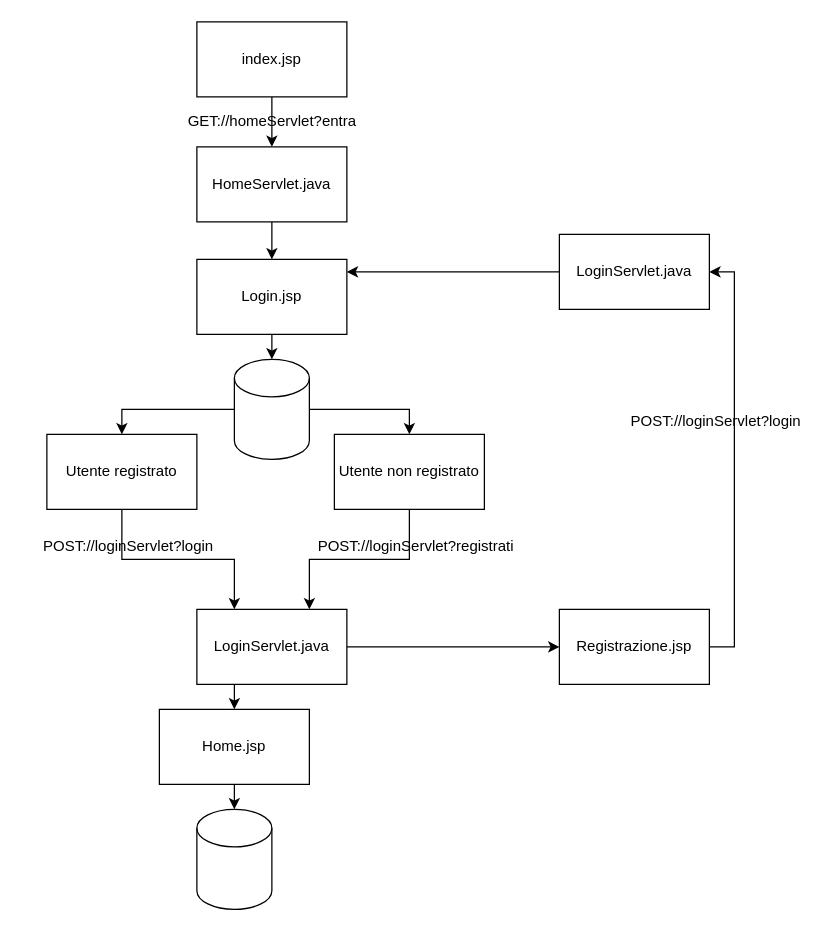
The draw.io diagram page "SEQUENZA INTERAZIONI" (3 of 3) of resources/DIAGRAMMA_UTENTI.drawio in mauromado/CatalogoSpade, before the edit. Source tidied: cells renumbered, new cells numbered last; positions are measured from the earlier drawing's top-left corner, leaving out a move shared by most shapes. Both pictures are drawn from the tidied source at 125%, with x=0, y=0 at pixel (34, 21).
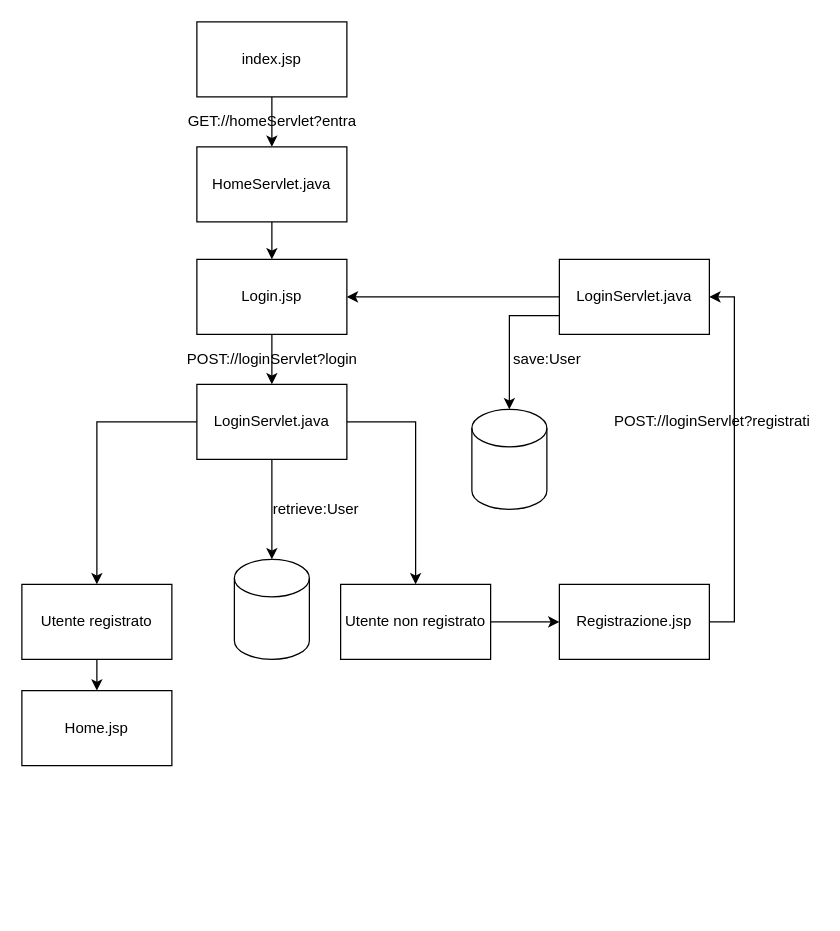
Above is the later version.

Unchanged cells that the change refers to:
```xml
<mxCell id="9" value="Login.jsp" style="rounded=0;whiteSpace=wrap;html=1;" parent="1" vertex="1">
  <mxGeometry x="130" y="190" width="120" height="60" as="geometry" />
</mxCell>
```

Change to the diagram source:
```diff
@@
-    <mxCell id="7" style="edgeStyle=orthogonalEdgeStyle;rounded=0;jettySize=auto;html=1;entryX=0;entryY=0.5;entryDx=0;entryDy=0;exitX=1;exitY=0.5;exitDx=0;exitDy=0;" parent="1" edge="1" source="13" target="11">
-      <mxGeometry relative="1" as="geometry">
-        <Array as="points">
-          <mxPoint x="420" y="500" />
-        </Array>
-      </mxGeometry>
-    </mxCell>
-    <mxCell id="8" style="edgeStyle=orthogonalEdgeStyle;rounded=0;jettySize=auto;html=1;exitX=0.5;exitY=1;exitDx=0;exitDy=0;entryX=0.5;entryY=0;entryDx=0;entryDy=0;entryPerimeter=0;" parent="1" edge="1" source="9" target="28">
-      <mxGeometry relative="1" as="geometry" />
-    </mxCell>
+    <mxCell id="29" style="edgeStyle=orthogonalEdgeStyle;rounded=0;jettySize=auto;html=1;exitX=0.5;exitY=1;exitDx=0;exitDy=0;entryX=0.5;entryY=0;entryDx=0;entryDy=0;" parent="1" edge="1" source="9" target="13">
+      <mxGeometry relative="1" as="geometry" />
+    </mxCell>
@@
     <mxCell id="11" value="Registrazione.jsp" style="rounded=0;whiteSpace=wrap;html=1;" parent="1" vertex="1">
-      <mxGeometry x="420" y="470" width="120" height="60" as="geometry" />
+      <mxGeometry x="420" y="450" width="120" height="60" as="geometry" />
     </mxCell>
-    <mxCell id="12" style="edgeStyle=orthogonalEdgeStyle;rounded=0;jettySize=auto;html=1;exitX=0.25;exitY=1;exitDx=0;exitDy=0;entryX=0.5;entryY=0;entryDx=0;entryDy=0;" parent="1" edge="1" source="13" target="18">
-      <mxGeometry relative="1" as="geometry" />
-    </mxCell>
+    <mxCell id="30" style="edgeStyle=orthogonalEdgeStyle;rounded=0;jettySize=auto;html=1;exitX=0.5;exitY=1;exitDx=0;exitDy=0;" parent="1" edge="1" source="13" target="28">
+      <mxGeometry relative="1" as="geometry" />
+    </mxCell>
     <mxCell id="13" value="LoginServlet.java" style="rounded=0;whiteSpace=wrap;html=1;" parent="1" vertex="1">
-      <mxGeometry x="130" y="470" width="120" height="60" as="geometry" />
+      <mxGeometry x="130" y="290" width="120" height="60" as="geometry" />
     </mxCell>
     <mxCell id="14" value="POST://loginServlet?registrati" style="text;html=1;align=center;verticalAlign=middle;strokeColor=none;fillColor=none;" parent="1" vertex="1">
-      <mxGeometry x="220" y="410" width="170" height="20" as="geometry" />
+      <mxGeometry x="457" y="310" width="170" height="20" as="geometry" />
     </mxCell>
-    <mxCell id="15" style="edgeStyle=orthogonalEdgeStyle;rounded=0;jettySize=auto;html=1;exitX=0;exitY=0.5;exitDx=0;exitDy=0;" parent="1" edge="1" source="16">
-      <mxGeometry relative="1" as="geometry">
-        <mxPoint x="250" y="200" as="targetPoint" />
-      </mxGeometry>
-    </mxCell>
+    <mxCell id="31" style="edgeStyle=orthogonalEdgeStyle;rounded=0;jettySize=auto;html=1;exitX=0;exitY=0.5;exitDx=0;exitDy=0;entryX=1;entryY=0.5;entryDx=0;entryDy=0;" parent="1" edge="1" source="16" target="9">
+      <mxGeometry relative="1" as="geometry" />
+    </mxCell>
+    <mxCell id="32" style="edgeStyle=orthogonalEdgeStyle;rounded=0;jettySize=auto;html=1;exitX=0;exitY=0.75;exitDx=0;exitDy=0;entryX=0.5;entryY=0;entryDx=0;entryDy=0;entryPerimeter=0;" parent="1" edge="1" source="16" target="36">
+      <mxGeometry relative="1" as="geometry" />
+    </mxCell>
     <mxCell id="16" value="LoginServlet.java" style="rounded=0;whiteSpace=wrap;html=1;" parent="1" vertex="1">
-      <mxGeometry x="420" y="170" width="120" height="60" as="geometry" />
+      <mxGeometry x="420" y="190" width="120" height="60" as="geometry" />
     </mxCell>
-    <mxCell id="17" style="edgeStyle=orthogonalEdgeStyle;rounded=0;jettySize=auto;html=1;exitX=0.5;exitY=1;exitDx=0;exitDy=0;entryX=0.5;entryY=0;entryDx=0;entryDy=0;entryPerimeter=0;" parent="1" edge="1" source="18" target="25">
-      <mxGeometry relative="1" as="geometry" />
-    </mxCell>
     <mxCell id="18" value="Home.jsp" style="rounded=0;whiteSpace=wrap;html=1;" parent="1" vertex="1">
-      <mxGeometry x="100" y="550" width="120" height="60" as="geometry" />
+      <mxGeometry x="-10" y="535" width="120" height="60" as="geometry" />
     </mxCell>
-    <mxCell id="19" value="POST://loginServlet?login" style="text;html=1;align=center;verticalAlign=middle;strokeColor=none;fillColor=none;" parent="1" vertex="1">
-      <mxGeometry x="470" y="310" width="150" height="20" as="geometry" />
-    </mxCell>
-    <mxCell id="20" style="edgeStyle=orthogonalEdgeStyle;rounded=0;jettySize=auto;html=1;exitX=0.5;exitY=1;exitDx=0;exitDy=0;entryX=0.75;entryY=0;entryDx=0;entryDy=0;" parent="1" edge="1" source="21" target="13">
-      <mxGeometry relative="1" as="geometry" />
-    </mxCell>
+    <mxCell id="33" style="edgeStyle=orthogonalEdgeStyle;rounded=0;jettySize=auto;html=1;exitX=1;exitY=0.5;exitDx=0;exitDy=0;" parent="1" edge="1" source="21" target="11">
+      <mxGeometry relative="1" as="geometry" />
+    </mxCell>
     <mxCell id="21" value="Utente non registrato" style="rounded=0;whiteSpace=wrap;html=1;" parent="1" vertex="1">
-      <mxGeometry x="240" y="330" width="120" height="60" as="geometry" />
+      <mxGeometry x="245" y="450" width="120" height="60" as="geometry" />
     </mxCell>
-    <mxCell id="22" style="edgeStyle=orthogonalEdgeStyle;rounded=0;jettySize=auto;html=1;exitX=0.5;exitY=1;exitDx=0;exitDy=0;entryX=0.25;entryY=0;entryDx=0;entryDy=0;" parent="1" edge="1" source="23" target="13">
-      <mxGeometry relative="1" as="geometry" />
-    </mxCell>
+    <mxCell id="34" style="edgeStyle=orthogonalEdgeStyle;rounded=0;jettySize=auto;html=1;exitX=0.5;exitY=1;exitDx=0;exitDy=0;entryX=0.5;entryY=0;entryDx=0;entryDy=0;" parent="1" edge="1" source="23" target="18">
+      <mxGeometry relative="1" as="geometry" />
+    </mxCell>
     <mxCell id="23" value="Utente registrato" style="rounded=0;whiteSpace=wrap;html=1;" parent="1" vertex="1">
-      <mxGeometry x="10" y="330" width="120" height="60" as="geometry" />
+      <mxGeometry x="-10" y="450" width="120" height="60" as="geometry" />
     </mxCell>
-    <mxCell id="24" value="POST://loginServlet?login" style="text;html=1;align=center;verticalAlign=middle;strokeColor=none;fillColor=none;" parent="1" vertex="1">
-      <mxGeometry y="410" width="150" height="20" as="geometry" />
-    </mxCell>
-    <mxCell id="25" style="shape=cylinder3;whiteSpace=wrap;html=1;boundedLbl=1;backgroundOutline=1;size=15;" parent="1" vertex="1">
-      <mxGeometry x="130" y="630" width="60" height="80" as="geometry" />
-    </mxCell>
-    <mxCell id="26" style="edgeStyle=orthogonalEdgeStyle;rounded=0;jettySize=auto;html=1;exitX=0;exitY=0.5;exitDx=0;exitDy=0;exitPerimeter=0;entryX=0.5;entryY=0;entryDx=0;entryDy=0;" parent="1" edge="1" source="28" target="23">
-      <mxGeometry relative="1" as="geometry" />
+    <mxCell id="26" style="edgeStyle=orthogonalEdgeStyle;rounded=0;jettySize=auto;html=1;entryX=0.5;entryY=0;entryDx=0;entryDy=0;" parent="1" edge="1" target="23">
+      <mxGeometry relative="1" as="geometry">
+        <mxPoint x="130" y="320" as="sourcePoint" />
+        <Array as="points">
+          <mxPoint x="50" y="320" />
+        </Array>
+      </mxGeometry>
     </mxCell>
-    <mxCell id="27" style="edgeStyle=orthogonalEdgeStyle;rounded=0;jettySize=auto;html=1;exitX=1;exitY=0.5;exitDx=0;exitDy=0;exitPerimeter=0;entryX=0.5;entryY=0;entryDx=0;entryDy=0;" parent="1" edge="1" source="28" target="21">
+    <mxCell id="27" style="edgeStyle=orthogonalEdgeStyle;rounded=0;jettySize=auto;html=1;exitX=1;exitY=0.5;exitDx=0;exitDy=0;entryX=0.5;entryY=0;entryDx=0;entryDy=0;" parent="1" edge="1" source="13" target="21">
       <mxGeometry relative="1" as="geometry" />
     </mxCell>
     <mxCell id="28" style="shape=cylinder3;whiteSpace=wrap;html=1;boundedLbl=1;backgroundOutline=1;size=15;" parent="1" vertex="1">
-      <mxGeometry x="160" y="270" width="60" height="80" as="geometry" />
+      <mxGeometry x="160" y="430" width="60" height="80" as="geometry" />
     </mxCell>
+    <mxCell id="35" value="POST://loginServlet?login" style="text;html=1;align=center;verticalAlign=middle;strokeColor=none;fillColor=none;" parent="1" vertex="1">
+      <mxGeometry x="115" y="260" width="150" height="20" as="geometry" />
+    </mxCell>
+    <mxCell id="36" style="shape=cylinder3;whiteSpace=wrap;html=1;boundedLbl=1;backgroundOutline=1;size=15;" parent="1" vertex="1">
+      <mxGeometry x="350" y="310" width="60" height="80" as="geometry" />
+    </mxCell>
+    <mxCell id="37" value="save:User" style="text;html=1;align=center;verticalAlign=middle;" parent="1" vertex="1">
+      <mxGeometry x="375" y="260" width="70" height="20" as="geometry" />
+    </mxCell>
+    <mxCell id="38" value="retrieve:User" style="text;html=1;align=center;verticalAlign=middle;" parent="1" vertex="1">
+      <mxGeometry x="185" y="380" width="80" height="20" as="geometry" />
+    </mxCell>
```
